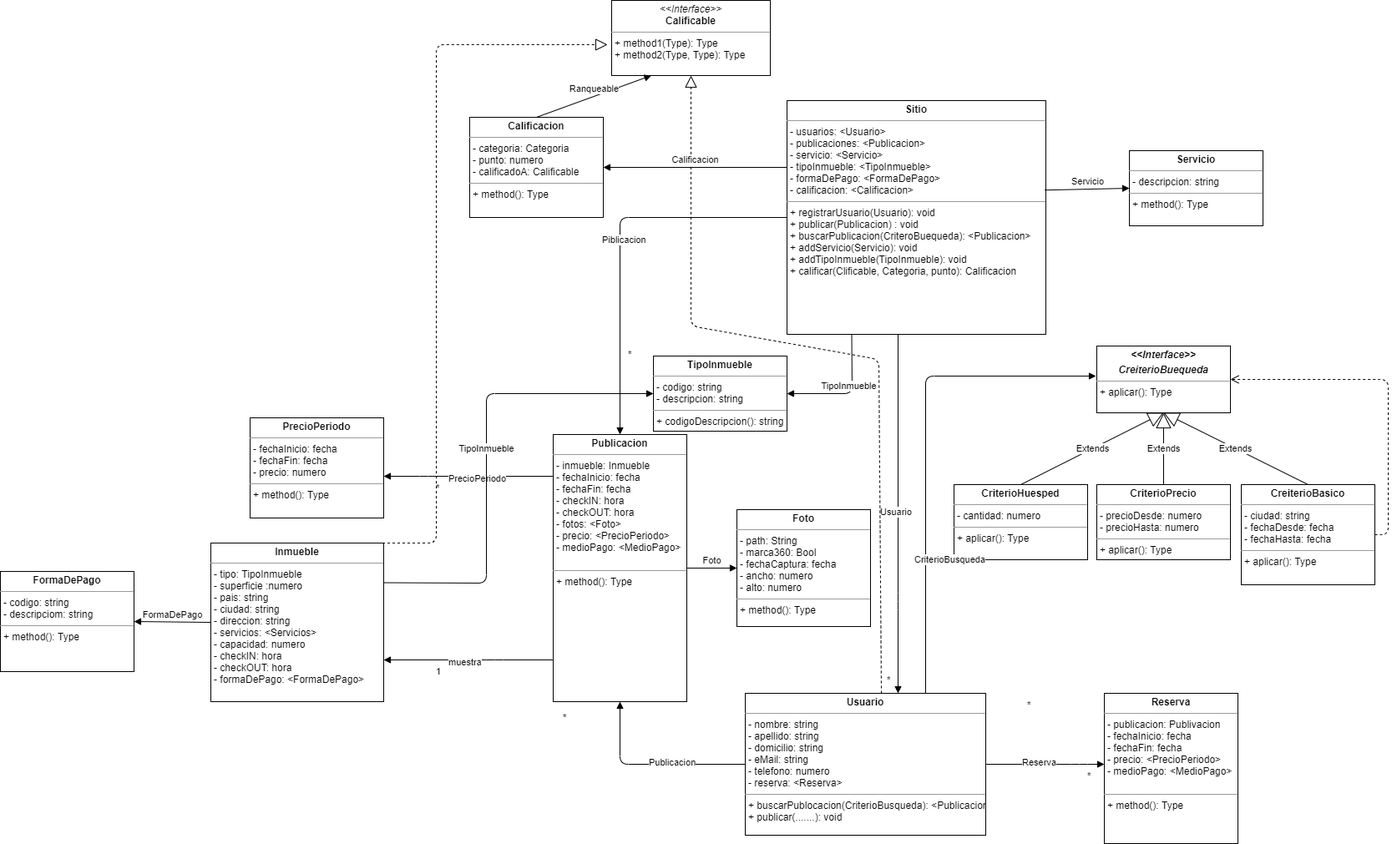
The draw.io diagram UML_PO2_TP_FINALPNG1.png in CundariNicolas/PO2_TP_FINAL_2021, before a commit. Source tidied: cells renumbered, new cells last; positions are measured from the earlier drawing's top-left corner, leaving out a move shared by most shapes.
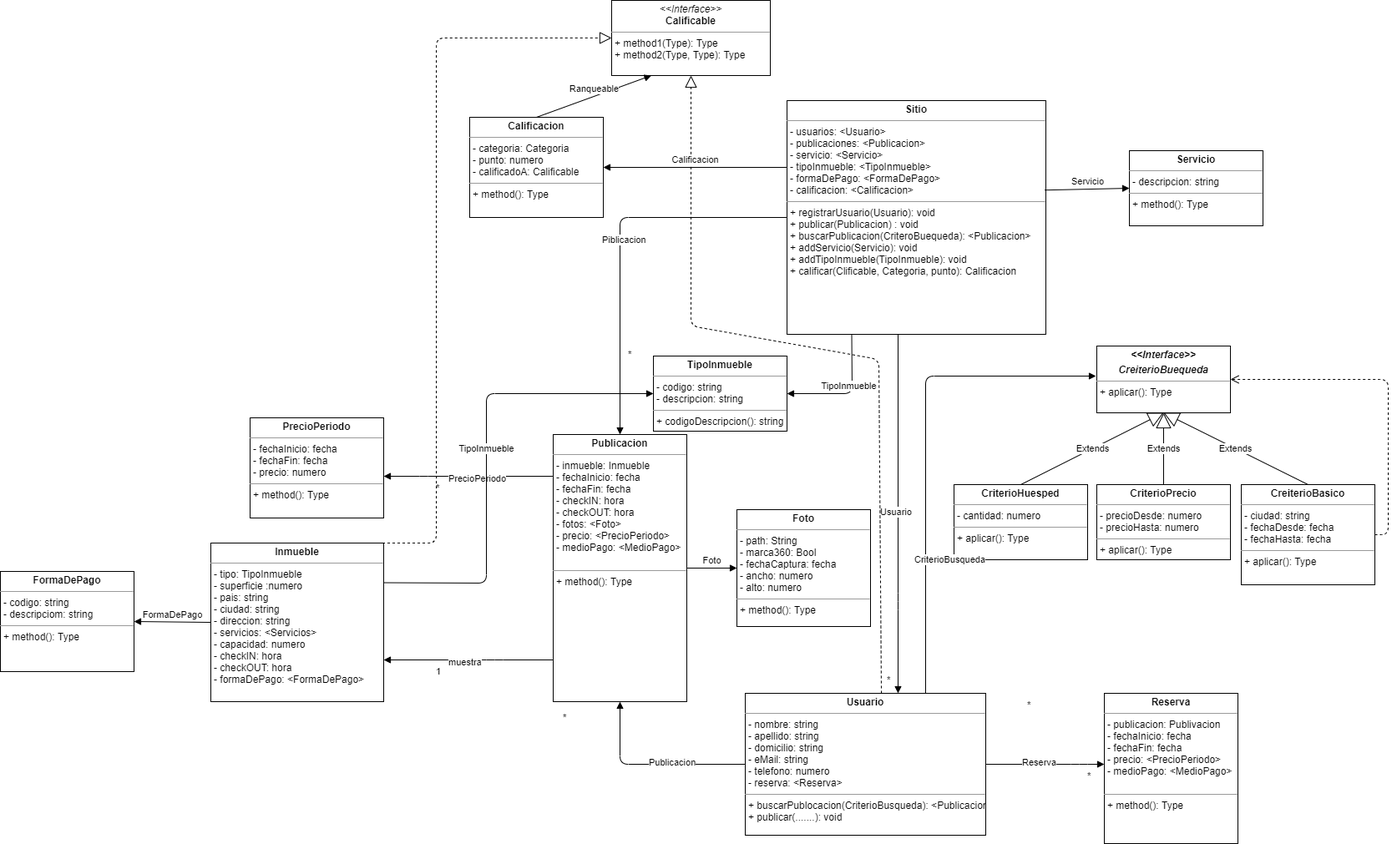
After the change.

Change to the diagram source:
```diff
@@ -185,11 +185,11 @@
         </Array>
       </mxGeometry>
     </mxCell>
-    <mxCell id="41" style="endArrow=block;dashed=1;endFill=0;endSize=12;html=1;exitX=0.5;exitY=0;exitDx=0;exitDy=0;entryX=-0.026;entryY=0.589;entryDx=0;entryDy=0;entryPerimeter=0;" parent="1" edge="1" source="5" target="39">
+    <mxCell id="41" style="endArrow=block;dashed=1;endFill=0;endSize=12;html=1;exitX=0.5;exitY=0;exitDx=0;exitDy=0;entryX=0;entryY=0.5;entryDx=0;entryDy=0;" parent="1" edge="1" source="5" target="39">
       <mxGeometry relative="1" as="geometry">
         <Array as="points">
           <mxPoint x="522" y="650" />
-          <mxPoint x="522" y="53" />
+          <mxPoint x="522" y="45" />
         </Array>
       </mxGeometry>
     </mxCell>
```
